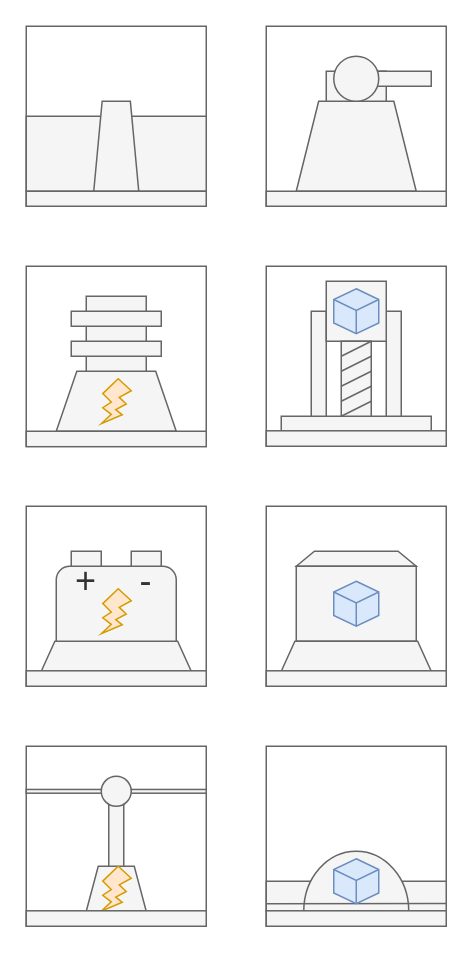
John-D-S/Tower-Defence keeps this draw.io diagram as Assets/Tower Defence/Art/StructureIcons/Untitled Diagram.drawio. Above is the earlier version. Source tidied: cells renumbered, new cells numbered last; positions are measured from the earlier drawing's top-left corner, leaving out a move shared by most shapes. Both pictures are drawn from the tidied source at 150%, with x=0, y=0 at pixel (26, 26).
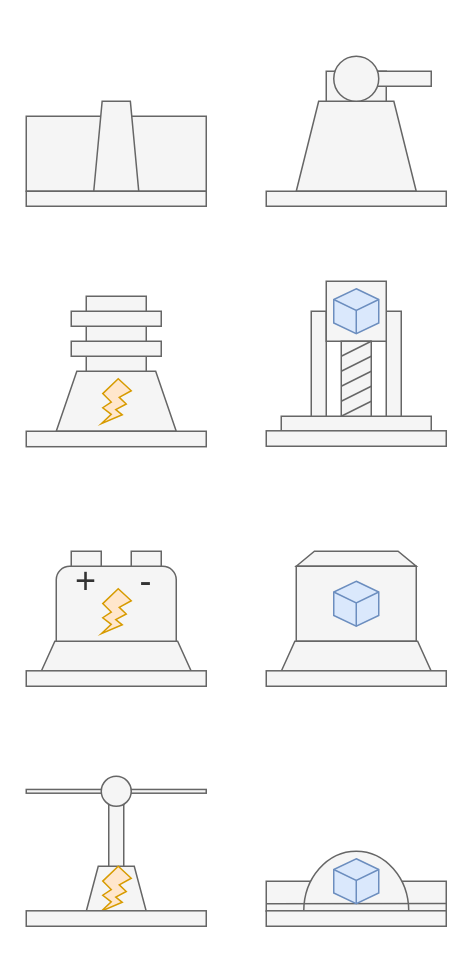
Above is the later version.

The edit, as a diff of the source:
```diff
@@
-    <mxCell id="2" style="whiteSpace=wrap;html=1;fillColor=none;strokeColor=#666666;fontColor=#333333;" parent="1" vertex="1">
+    <mxCell id="2" style="whiteSpace=wrap;html=1;fillColor=none;strokeColor=none;fontColor=#333333;" parent="1" vertex="1">
       <mxGeometry x="160" y="160" width="120" height="120" as="geometry" />
     </mxCell>
-    <mxCell id="3" style="whiteSpace=wrap;html=1;fillColor=none;strokeColor=#666666;fontColor=#333333;" parent="1" vertex="1">
+    <mxCell id="3" style="whiteSpace=wrap;html=1;fillColor=none;strokeColor=none;fontColor=#333333;" parent="1" vertex="1">
       <mxGeometry x="160" y="320" width="120" height="120" as="geometry" />
     </mxCell>
-    <mxCell id="4" style="whiteSpace=wrap;html=1;fillColor=none;strokeColor=#666666;fontColor=#333333;" parent="1" vertex="1">
+    <mxCell id="4" style="whiteSpace=wrap;html=1;fillColor=none;strokeColor=none;fontColor=#333333;" parent="1" vertex="1">
       <mxGeometry x="160" width="120" height="120" as="geometry" />
     </mxCell>
@@
-    <mxCell id="9" style="whiteSpace=wrap;html=1;fillColor=none;strokeColor=#666666;fontColor=#333333;" parent="1" vertex="1">
+    <mxCell id="9" style="whiteSpace=wrap;html=1;fillColor=none;strokeColor=none;fontColor=#333333;" parent="1" vertex="1">
       <mxGeometry width="120" height="120" as="geometry" />
     </mxCell>
@@
-    <mxCell id="12" style="whiteSpace=wrap;html=1;fillColor=none;strokeColor=#666666;fontColor=#333333;" parent="1" vertex="1">
+    <mxCell id="12" style="whiteSpace=wrap;html=1;fillColor=none;strokeColor=none;fontColor=#333333;" parent="1" vertex="1">
       <mxGeometry y="160" width="120" height="120" as="geometry" />
     </mxCell>
@@
-    <mxCell id="18" style="whiteSpace=wrap;html=1;fillColor=none;strokeColor=#666666;fontColor=#333333;" parent="1" vertex="1">
+    <mxCell id="18" style="whiteSpace=wrap;html=1;fillColor=none;strokeColor=none;fontColor=#333333;" parent="1" vertex="1">
       <mxGeometry y="320" width="120" height="120" as="geometry" />
     </mxCell>
@@
-    <mxCell id="41" style="whiteSpace=wrap;html=1;fillColor=none;strokeColor=#666666;fontColor=#333333;" parent="1" vertex="1">
+    <mxCell id="41" style="whiteSpace=wrap;html=1;fillColor=none;strokeColor=none;fontColor=#333333;" parent="1" vertex="1">
       <mxGeometry x="160" y="480" width="120" height="120" as="geometry" />
     </mxCell>
@@
-    <mxCell id="46" style="whiteSpace=wrap;html=1;fillColor=none;strokeColor=#666666;fontColor=#333333;" parent="1" vertex="1">
+    <mxCell id="46" style="whiteSpace=wrap;html=1;fillColor=none;strokeColor=none;fontColor=#333333;" parent="1" vertex="1">
       <mxGeometry y="480" width="120" height="120" as="geometry" />
     </mxCell>
```
